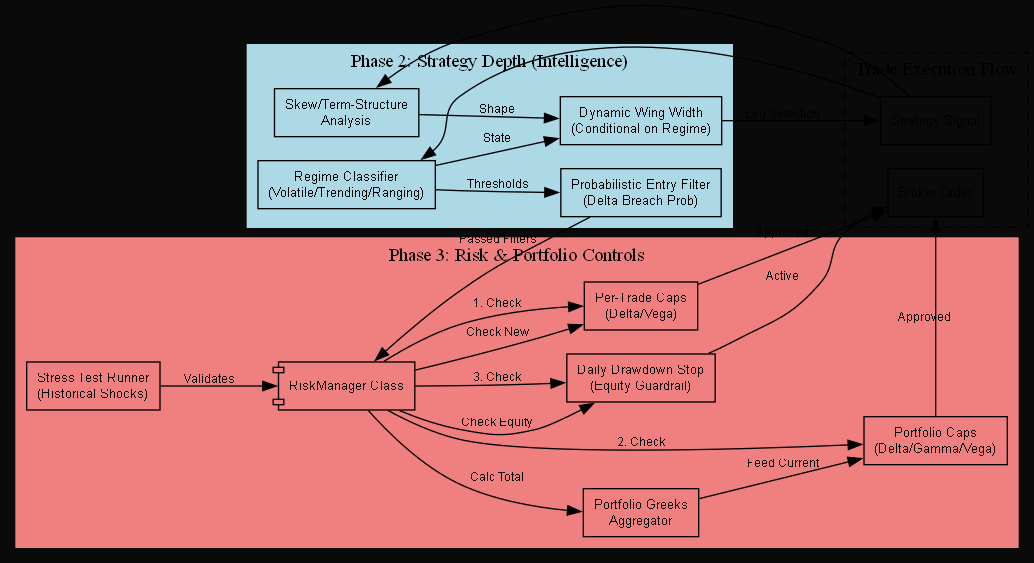
Above: docs/architecture/phase2_phase3_architecture.png in trextrader/spy-iron-condor-trading (Graphviz), before the change. Its source is kept beside it as docs/architecture/phase2_phase3_architecture.dot.
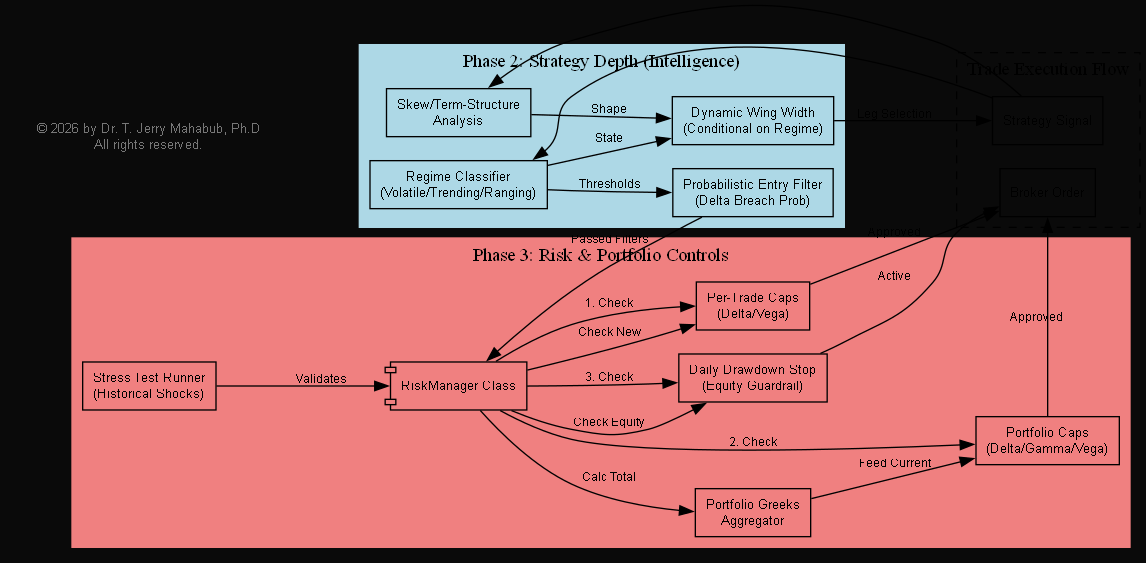
After the commit.

Diff of the diagram source:
```diff
@@ -62,4 +62,12 @@
     WingWidthLogic -> SignalGen [label="Leg Selection"];
 
     StressTest -> RiskManager [label="Validates"];
+
+    subgraph cluster_copyright {
+        style=invis;
+        rank=sink;
+        node [shape=plaintext, fontsize=10, fontcolor="#777777", fontname="Helvetica"];
+        copyright_note [label="© 2026 by Dr. T. Jerry Mahabub, Ph.D\nAll rights reserved."];
+    }
+
 }
```
